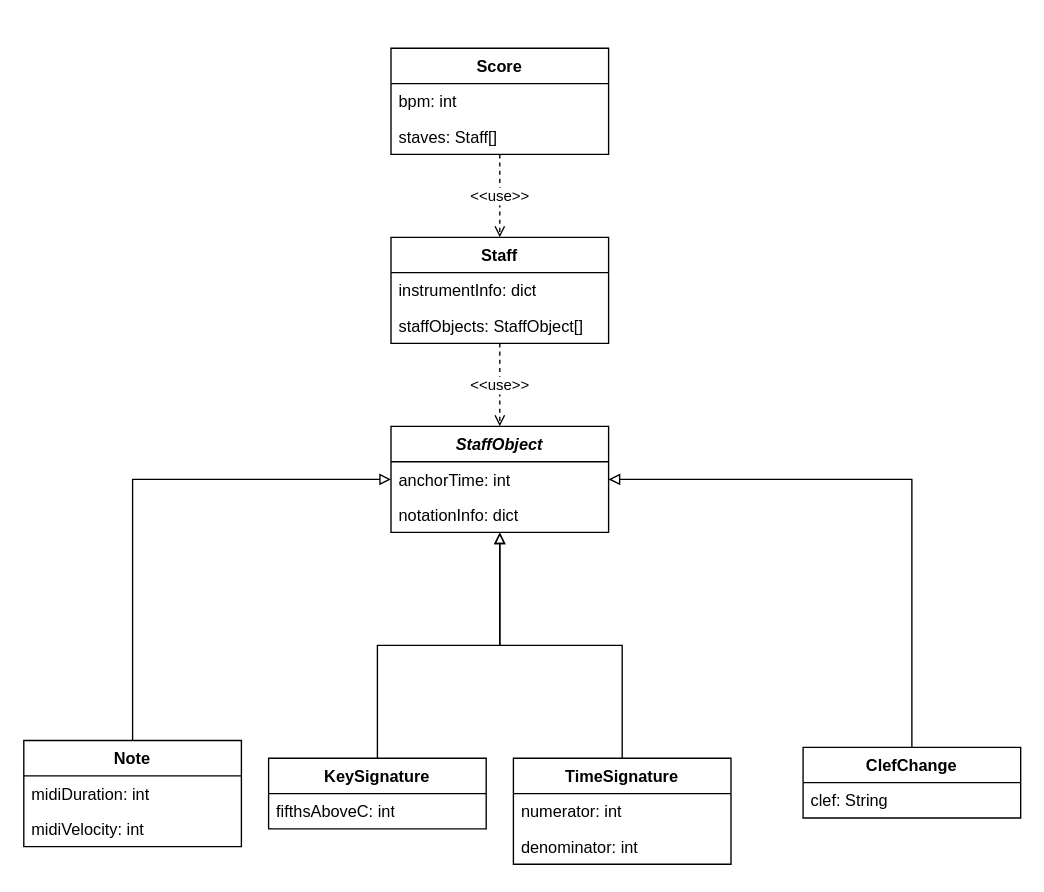
This is docs/flowcharts/2 data structure.drawio from Bingergie/midi2musicxml, a draw.io file, before an edit. Source tidied: cells renumbered, new cells numbered last; positions are measured from the earlier drawing's top-left corner, leaving out a move shared by most shapes. Both pictures are drawn from the tidied source at 136%, with x=0, y=0 at pixel (23, 48).
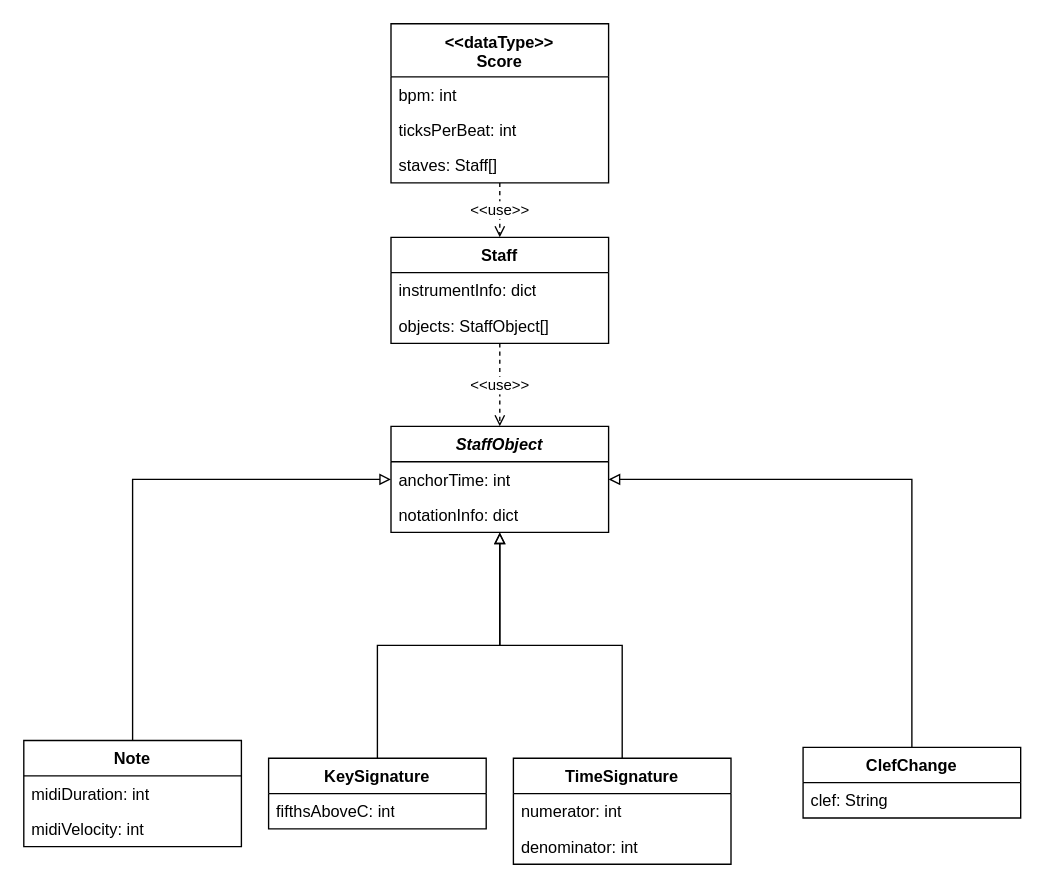
Above is the later version.

The change refers to these unchanged cells:
```xml
<mxCell id="18" value="Staff" style="swimlane;fontStyle=1;align=center;verticalAlign=top;horizontal=1;startSize=26;whiteSpace=wrap;html=1;" parent="1" vertex="1">
  <mxGeometry x="270" y="139" width="160" height="78" as="geometry" />
</mxCell>
```

Change to the diagram source:
```diff
@@
-    <mxCell id="20" value="staffObjects: StaffObject[]" style="text;strokeColor=none;fillColor=none;align=left;verticalAlign=top;spacingLeft=4;spacingRight=4;overflow=hidden;whiteSpace=wrap;html=1;" parent="18" vertex="1">
+    <mxCell id="20" value="objects: StaffObject[]" style="text;strokeColor=none;fillColor=none;align=left;verticalAlign=top;spacingLeft=4;spacingRight=4;overflow=hidden;whiteSpace=wrap;html=1;" parent="18" vertex="1">
       <mxGeometry y="52" width="160" height="26" as="geometry" />
     </mxCell>
@@
-    <mxCell id="23" value="Score" style="swimlane;fontStyle=1;align=center;verticalAlign=top;horizontal=1;startSize=26;whiteSpace=wrap;html=1;" parent="1" vertex="1">
-      <mxGeometry x="270" width="160" height="78" as="geometry" />
+    <mxCell id="23" value="&lt;div&gt;&amp;lt;&amp;lt;dataType&amp;gt;&amp;gt;&lt;/div&gt;Score" style="swimlane;fontStyle=1;align=center;verticalAlign=top;horizontal=1;startSize=39;whiteSpace=wrap;html=1;" parent="1" vertex="1">
+      <mxGeometry x="270" y="-18" width="160" height="117" as="geometry" />
     </mxCell>
     <mxCell id="24" value="bpm: int" style="text;strokeColor=none;fillColor=none;align=left;verticalAlign=top;spacingLeft=4;spacingRight=4;overflow=hidden;whiteSpace=wrap;html=1;" parent="23" vertex="1">
-      <mxGeometry y="26" width="160" height="26" as="geometry" />
+      <mxGeometry y="39" width="160" height="26" as="geometry" />
     </mxCell>
+    <mxCell id="27" value="ticksPerBeat: int" style="text;strokeColor=none;fillColor=none;align=left;verticalAlign=top;spacingLeft=4;spacingRight=4;overflow=hidden;whiteSpace=wrap;html=1;" parent="23" vertex="1">
+      <mxGeometry y="65" width="160" height="26" as="geometry" />
+    </mxCell>
     <mxCell id="25" value="staves: Staff[]" style="text;strokeColor=none;fillColor=none;align=left;verticalAlign=top;spacingLeft=4;spacingRight=4;overflow=hidden;whiteSpace=wrap;html=1;" parent="23" vertex="1">
-      <mxGeometry y="52" width="160" height="26" as="geometry" />
+      <mxGeometry y="91" width="160" height="26" as="geometry" />
     </mxCell>
```
